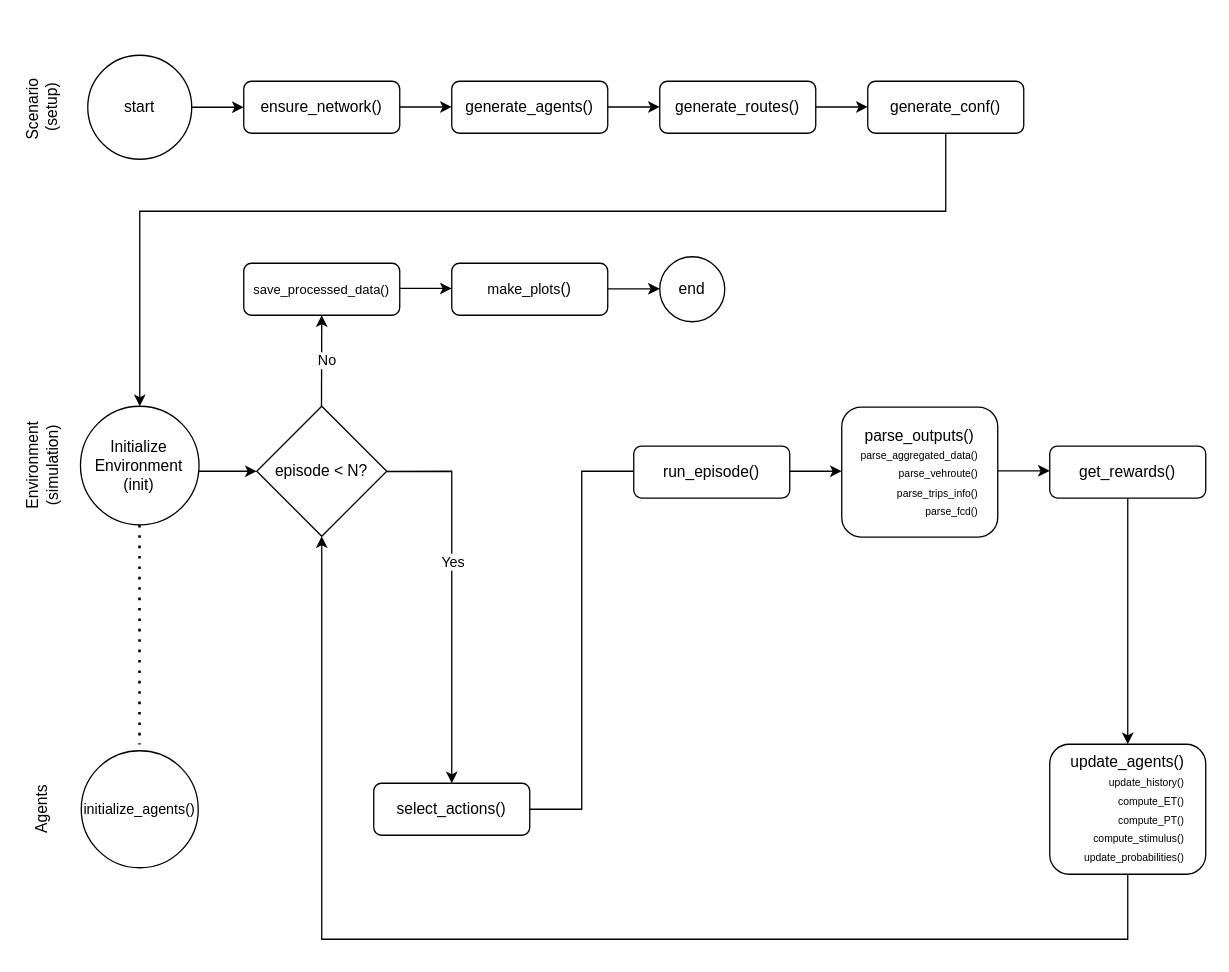
MiguelDonado/TFM_TraSIrr keeps this draw.io diagram as Thesis.drawio. Above is the earlier version. Source tidied: cells renumbered, new cells numbered last; positions are measured from the earlier drawing's top-left corner, leaving out a move shared by most shapes. Both pictures are drawn from the tidied source at 130%, with x=0, y=0 at pixel (-43, 55).
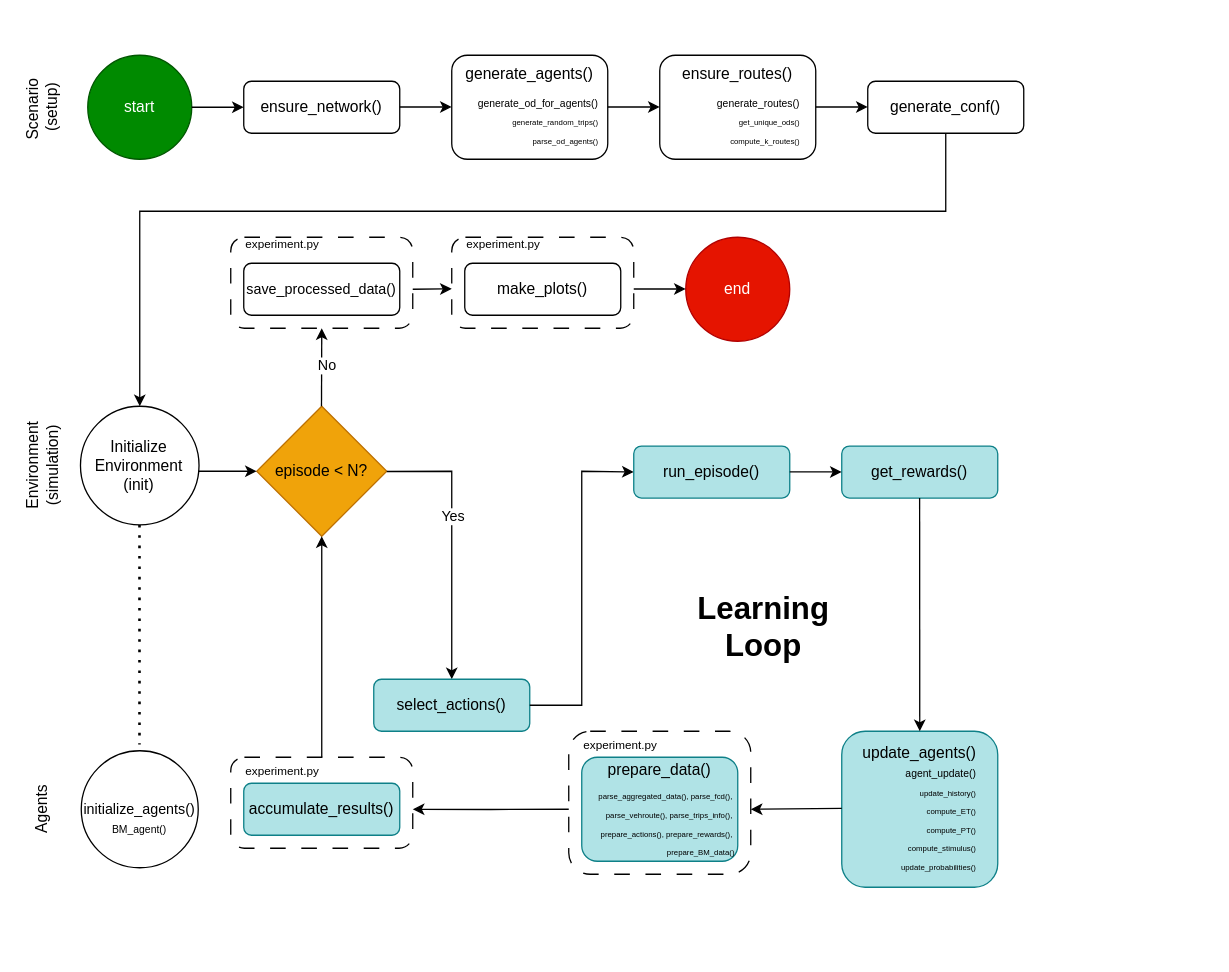
Above is the later version.

Diff of the diagram source:
```diff
@@
+    <mxCell id="42" style="rounded=1;whiteSpace=wrap;html=1;dashed=1;dashPattern=12 12;fontColor=light-dark(#000000,#FF33FF);strokeColor=light-dark(#000000,#848484);" parent="1" vertex="1">
+      <mxGeometry x="380" y="140" width="140" height="70" as="geometry" />
+    </mxCell>
+    <mxCell id="43" style="rounded=1;whiteSpace=wrap;html=1;dashed=1;dashPattern=12 12;fontColor=light-dark(#000000,#FF33FF);strokeColor=light-dark(#000000,#848484);" parent="1" vertex="1">
+      <mxGeometry x="210" y="140" width="140" height="70" as="geometry" />
+    </mxCell>
+    <mxCell id="44" style="rounded=1;whiteSpace=wrap;html=1;dashed=1;dashPattern=12 12;fontColor=light-dark(#000000,#FF33FF);strokeColor=light-dark(#000000,#848484);" parent="1" vertex="1">
+      <mxGeometry x="210" y="540" width="140" height="70" as="geometry" />
+    </mxCell>
+    <mxCell id="45" style="rounded=1;whiteSpace=wrap;html=1;dashed=1;dashPattern=12 12;fontColor=light-dark(#000000,#FF33FF);strokeColor=light-dark(#000000,#848484);" parent="1" vertex="1">
+      <mxGeometry x="470" y="520" width="140" height="110" as="geometry" />
+    </mxCell>
@@
     <mxCell id="3" style="rounded=1;whiteSpace=wrap;html=1;" parent="1" vertex="1">
-      <mxGeometry x="540" y="20" width="120" height="40" as="geometry" />
+      <mxGeometry x="540" width="120" height="80" as="geometry" />
     </mxCell>
     <mxCell id="4" style="rounded=1;whiteSpace=wrap;html=1;" parent="1" vertex="1">
-      <mxGeometry x="380" y="20" width="120" height="40" as="geometry" />
+      <mxGeometry x="380" width="120" height="80" as="geometry" />
     </mxCell>
-    <mxCell id="5" value="start" style="ellipse;whiteSpace=wrap;html=1;" parent="1" vertex="1">
+    <mxCell id="5" value="start" style="ellipse;whiteSpace=wrap;html=1;fillColor=#008a00;fontColor=#ffffff;strokeColor=#005700;" parent="1" vertex="1">
       <mxGeometry x="100" width="80" height="80" as="geometry" />
     </mxCell>
@@
     <mxCell id="9" value="generate_agents()" style="text;html=1;whiteSpace=wrap;strokeColor=none;fillColor=none;align=center;verticalAlign=middle;rounded=0;" parent="1" vertex="1">
-      <mxGeometry x="385" y="25" width="110" height="30" as="geometry" />
+      <mxGeometry x="385" width="110" height="30" as="geometry" />
     </mxCell>
@@
-    <mxCell id="11" value="generate_routes()" style="text;html=1;whiteSpace=wrap;strokeColor=none;fillColor=none;align=center;verticalAlign=middle;rounded=0;" parent="1" vertex="1">
-      <mxGeometry x="545" y="25" width="110" height="30" as="geometry" />
+    <mxCell id="11" value="ensure_routes()" style="text;html=1;whiteSpace=wrap;strokeColor=none;fillColor=none;align=center;verticalAlign=middle;rounded=0;" parent="1" vertex="1">
+      <mxGeometry x="545" width="110" height="30" as="geometry" />
     </mxCell>
@@
-    <mxCell id="16" value="episode &amp;lt; N?" style="rhombus;whiteSpace=wrap;html=1;" parent="1" vertex="1">
+    <mxCell id="16" value="episode &amp;lt; N?" style="rhombus;whiteSpace=wrap;html=1;fillColor=#f0a30a;fontColor=#000000;strokeColor=#BD7000;" parent="1" vertex="1">
       <mxGeometry x="230" y="270" width="100" height="100" as="geometry" />
     </mxCell>
-    <mxCell id="17" style="endArrow=classic;html=1;rounded=0;entryX=0.5;entryY=0;entryDx=0;entryDy=0;" parent="1" edge="1" target="32">
+    <mxCell id="17" style="endArrow=classic;html=1;rounded=0;strokeColor=light-dark(#000000,#33FFFF);" parent="1" edge="1">
       <mxGeometry relative="1" as="geometry">
         <mxPoint x="330" y="320.2" as="sourcePoint" />
+        <mxPoint x="380" y="480" as="targetPoint" />
         <Array as="points">
           <mxPoint x="380" y="320" />
         </Array>
       </mxGeometry>
     </mxCell>
@@
     <mxCell id="19" style="endArrow=classic;html=1;rounded=0;" parent="1" edge="1">
       <mxGeometry relative="1" as="geometry">
         <mxPoint x="279.8" y="270" as="sourcePoint" />
-        <mxPoint x="280" y="200" as="targetPoint" />
+        <mxPoint x="280" y="210" as="targetPoint" />
       </mxGeometry>
     </mxCell>
@@
-    <mxCell id="21" value="end" style="ellipse;whiteSpace=wrap;html=1;" parent="1" vertex="1">
-      <mxGeometry x="540" y="155" width="50" height="50" as="geometry" />
-    </mxCell>
@@
-    <mxCell id="23" value="&lt;div&gt;update_agents()&lt;/div&gt;&lt;div align=&quot;right&quot;&gt;&lt;font style=&quot;font-size: 8px;&quot;&gt;update_history()&lt;/font&gt;&lt;/div&gt;&lt;div align=&quot;right&quot;&gt;&lt;font style=&quot;font-size: 8px;&quot;&gt;compute_ET()&lt;/font&gt;&lt;/div&gt;&lt;div align=&quot;right&quot;&gt;&lt;font style=&quot;font-size: 8px;&quot;&gt;compute_PT()&lt;/font&gt;&lt;/div&gt;&lt;div align=&quot;right&quot;&gt;&lt;font style=&quot;font-size: 8px;&quot;&gt;compute_stimulus()&lt;/font&gt;&lt;/div&gt;&lt;div align=&quot;right&quot;&gt;&lt;font style=&quot;font-size: 8px;&quot;&gt;update_probabilities()&lt;/font&gt;&lt;/div&gt;" style="rounded=1;whiteSpace=wrap;html=1;" parent="1" vertex="1">
-      <mxGeometry x="840" y="530" width="120" height="100" as="geometry" />
+    <mxCell id="23" value="&lt;div&gt;update_agents()&lt;/div&gt;&lt;div style=&quot;text-align: right;&quot;&gt;&lt;font style=&quot;font-size: 8px;&quot;&gt;agent_update()&lt;/font&gt;&lt;/div&gt;&lt;div style=&quot;text-align: right;&quot;&gt;&lt;font style=&quot;font-size: 6px;&quot;&gt;update_history()&lt;/font&gt;&lt;/div&gt;&lt;div align=&quot;right&quot;&gt;&lt;font style=&quot;font-size: 6px;&quot;&gt;compute_ET()&lt;/font&gt;&lt;/div&gt;&lt;div align=&quot;right&quot;&gt;&lt;font style=&quot;font-size: 6px;&quot;&gt;compute_PT()&lt;/font&gt;&lt;/div&gt;&lt;div align=&quot;right&quot;&gt;&lt;font style=&quot;font-size: 6px;&quot;&gt;compute_stimulus()&lt;/font&gt;&lt;/div&gt;&lt;div align=&quot;right&quot;&gt;&lt;font style=&quot;font-size: 6px;&quot;&gt;update_probabilities()&lt;/font&gt;&lt;/div&gt;" style="rounded=1;whiteSpace=wrap;html=1;arcSize=15;fillColor=#b0e3e6;strokeColor=#0e8088;" parent="1" vertex="1">
+      <mxGeometry x="680" y="520" width="120" height="120" as="geometry" />
     </mxCell>
-    <mxCell id="24" style="endArrow=classic;html=1;rounded=0;entryX=0.5;entryY=0;entryDx=0;entryDy=0;exitX=0.5;exitY=1;exitDx=0;exitDy=0;" parent="1" edge="1" source="36" target="23">
-      <mxGeometry relative="1" as="geometry" />
-    </mxCell>
-    <mxCell id="25" style="endArrow=classic;html=1;rounded=0;exitX=0.5;exitY=1;exitDx=0;exitDy=0;entryX=0.5;entryY=1;entryDx=0;entryDy=0;" parent="1" edge="1" source="23" target="16">
-      <mxGeometry relative="1" as="geometry">
-        <Array as="points">
-          <mxPoint x="900" y="680" />
-          <mxPoint x="280" y="680" />
-        </Array>
-      </mxGeometry>
-    </mxCell>
@@
-    <mxCell id="32" value="select_actions()" style="rounded=1;whiteSpace=wrap;html=1;" parent="1" vertex="1">
-      <mxGeometry x="320" y="560" width="120" height="40" as="geometry" />
+    <mxCell id="32" value="select_actions()" style="rounded=1;whiteSpace=wrap;html=1;fillColor=#b0e3e6;strokeColor=#0e8088;" parent="1" vertex="1">
+      <mxGeometry x="320" y="480" width="120" height="40" as="geometry" />
     </mxCell>
-    <mxCell id="33" style="endArrow=classic;html=1;rounded=0;" parent="1" edge="1" source="32">
+    <mxCell id="33" style="endArrow=classic;html=1;rounded=0;entryX=0;entryY=0.5;entryDx=0;entryDy=0;strokeColor=light-dark(#000000,#33FFFF);exitX=1;exitY=0.5;exitDx=0;exitDy=0;" parent="1" edge="1" source="32" target="34">
       <mxGeometry relative="1" as="geometry">
-        <mxPoint x="680" y="320" as="targetPoint" />
         <Array as="points">
-          <mxPoint x="480" y="580" />
+          <mxPoint x="480" y="500" />
           <mxPoint x="480" y="320" />
         </Array>
       </mxGeometry>
     </mxCell>
-    <mxCell id="34" value="run_episode()" style="rounded=1;whiteSpace=wrap;html=1;" parent="1" vertex="1">
+    <mxCell id="34" value="run_episode()" style="rounded=1;whiteSpace=wrap;html=1;fillColor=#b0e3e6;strokeColor=#0e8088;" parent="1" vertex="1">
       <mxGeometry x="520" y="300.6" width="120" height="40" as="geometry" />
     </mxCell>
-    <mxCell id="35" style="endArrow=classic;html=1;rounded=0;entryX=0;entryY=0.451;entryDx=0;entryDy=0;exitX=1;exitY=0.5;exitDx=0;exitDy=0;entryPerimeter=0;" parent="1" edge="1">
-      <mxGeometry relative="1" as="geometry">
-        <mxPoint x="800" y="319.7" as="sourcePoint" />
-        <mxPoint x="840" y="319.7" as="targetPoint" />
-      </mxGeometry>
-    </mxCell>
-    <mxCell id="36" value="get_rewards()" style="rounded=1;whiteSpace=wrap;html=1;" parent="1" vertex="1">
-      <mxGeometry x="840" y="300.6" width="120" height="40" as="geometry" />
+    <mxCell id="36" value="get_rewards()" style="rounded=1;whiteSpace=wrap;html=1;fillColor=#b0e3e6;strokeColor=#0e8088;" parent="1" vertex="1">
+      <mxGeometry x="680" y="300.6" width="120" height="40" as="geometry" />
     </mxCell>
-    <mxCell id="37" value="&lt;div&gt;parse_outputs()&lt;/div&gt;&lt;div align=&quot;right&quot;&gt;&lt;font style=&quot;font-size: 8px;&quot;&gt;parse_aggregated_data()&lt;/font&gt;&lt;/div&gt;&lt;div align=&quot;right&quot;&gt;&lt;font style=&quot;font-size: 8px;&quot;&gt;parse_vehroute()&lt;/font&gt;&lt;/div&gt;&lt;div align=&quot;right&quot;&gt;&lt;font style=&quot;font-size: 8px;&quot;&gt;parse_trips_info()&lt;/font&gt;&lt;/div&gt;&lt;div align=&quot;right&quot;&gt;&lt;font style=&quot;font-size: 8px;&quot;&gt;parse_fcd()&lt;/font&gt;&lt;/div&gt;" style="rounded=1;whiteSpace=wrap;html=1;" parent="1" vertex="1">
-      <mxGeometry x="680" y="270.6" width="120" height="100" as="geometry" />
-    </mxCell>
-    <mxCell id="38" value="&lt;font style=&quot;font-size: 10px;&quot;&gt;&lt;font style=&quot;&quot;&gt;save_processed_data&lt;/font&gt;()&lt;/font&gt;" style="rounded=1;whiteSpace=wrap;html=1;" parent="1" vertex="1">
+    <mxCell id="38" value="&lt;font style=&quot;font-size: 11px;&quot;&gt;&lt;font style=&quot;&quot;&gt;save_processed_data&lt;/font&gt;()&lt;/font&gt;" style="rounded=1;whiteSpace=wrap;html=1;" parent="1" vertex="1">
       <mxGeometry x="220" y="160" width="120" height="40" as="geometry" />
     </mxCell>
-    <mxCell id="39" value="&lt;font style=&quot;font-size: 11px;&quot;&gt;make_plots&lt;/font&gt;()" style="rounded=1;whiteSpace=wrap;html=1;" parent="1" vertex="1">
-      <mxGeometry x="380" y="160" width="120" height="40" as="geometry" />
+    <mxCell id="39" value="&lt;font&gt;&lt;font style=&quot;&quot;&gt;make_plots&lt;/font&gt;()&lt;/font&gt;" style="rounded=1;whiteSpace=wrap;html=1;" parent="1" vertex="1">
+      <mxGeometry x="390" y="160" width="120" height="40" as="geometry" />
     </mxCell>
-    <mxCell id="40" style="endArrow=classic;html=1;rounded=0;entryX=0;entryY=0.451;entryDx=0;entryDy=0;exitX=1;exitY=0.5;exitDx=0;exitDy=0;entryPerimeter=0;" parent="1" edge="1">
-      <mxGeometry relative="1" as="geometry">
-        <mxPoint x="340" y="179.4" as="sourcePoint" />
-        <mxPoint x="380" y="179.4" as="targetPoint" />
-      </mxGeometry>
-    </mxCell>
-    <mxCell id="41" style="endArrow=classic;html=1;rounded=0;entryX=0;entryY=0.451;entryDx=0;entryDy=0;exitX=1;exitY=0.5;exitDx=0;exitDy=0;entryPerimeter=0;" parent="1" edge="1">
-      <mxGeometry relative="1" as="geometry">
-        <mxPoint x="500" y="179.7" as="sourcePoint" />
-        <mxPoint x="540" y="179.7" as="targetPoint" />
-      </mxGeometry>
-    </mxCell>
+    <mxCell id="46" value="&lt;font style=&quot;font-size: 8px;&quot;&gt;generate_od_for_agents()&lt;/font&gt;&lt;div&gt;&lt;font style=&quot;font-size: 6px;&quot;&gt;generate_random_trips()&lt;/font&gt;&lt;/div&gt;&lt;div&gt;&lt;font style=&quot;font-size: 6px;&quot;&gt;parse_od_agents()&lt;/font&gt;&lt;/div&gt;" style="text;html=1;whiteSpace=wrap;strokeColor=none;fillColor=none;align=right;verticalAlign=middle;rounded=0;" parent="1" vertex="1">
+      <mxGeometry x="395" y="25" width="100" height="50" as="geometry" />
+    </mxCell>
+    <mxCell id="47" value="&lt;font style=&quot;font-size: 8px;&quot;&gt;generate_routes()&lt;/font&gt;&lt;div&gt;&lt;font style=&quot;font-size: 6px;&quot;&gt;get_unique_ods()&lt;/font&gt;&lt;/div&gt;&lt;div&gt;&lt;font style=&quot;font-size: 6px;&quot;&gt;compute_k_routes()&lt;/font&gt;&lt;/div&gt;" style="text;html=1;whiteSpace=wrap;strokeColor=none;fillColor=none;align=right;verticalAlign=middle;rounded=0;" parent="1" vertex="1">
+      <mxGeometry x="550" y="25" width="100" height="50" as="geometry" />
+    </mxCell>
+    <mxCell id="48" value="&lt;font style=&quot;font-size: 8px;&quot;&gt;BM_agent()&lt;/font&gt;" style="text;html=1;whiteSpace=wrap;strokeColor=none;fillColor=none;align=center;verticalAlign=middle;rounded=0;" parent="1" vertex="1">
+      <mxGeometry x="110" y="580" width="60" height="30" as="geometry" />
+    </mxCell>
+    <mxCell id="49" style="endArrow=classic;html=1;rounded=0;entryX=0;entryY=0.451;entryDx=0;entryDy=0;exitX=1;exitY=0.5;exitDx=0;exitDy=0;entryPerimeter=0;strokeColor=light-dark(#000000,#33FFFF);" parent="1" edge="1">
+      <mxGeometry relative="1" as="geometry">
+        <mxPoint x="640" y="320.5" as="sourcePoint" />
+        <mxPoint x="680" y="320.5" as="targetPoint" />
+      </mxGeometry>
+    </mxCell>
+    <mxCell id="50" style="endArrow=classic;html=1;rounded=0;exitX=1;exitY=0.5;exitDx=0;exitDy=0;entryX=0.5;entryY=0;entryDx=0;entryDy=0;strokeColor=light-dark(#000000,#33FFFF);" parent="1" edge="1" target="23">
+      <mxGeometry relative="1" as="geometry">
+        <mxPoint x="739.9" y="340.6" as="sourcePoint" />
+      </mxGeometry>
+    </mxCell>
+    <mxCell id="51" value="&lt;div style=&quot;text-align: left;&quot;&gt;&lt;br&gt;&lt;/div&gt;" style="rounded=1;whiteSpace=wrap;html=1;align=right;fillColor=#b0e3e6;strokeColor=#0e8088;" parent="1" vertex="1">
+      <mxGeometry x="480" y="540" width="120" height="80" as="geometry" />
+    </mxCell>
+    <mxCell id="52" value="accumulate_results()" style="rounded=1;whiteSpace=wrap;html=1;fillColor=#b0e3e6;strokeColor=#0e8088;" parent="1" vertex="1">
+      <mxGeometry x="220" y="560" width="120" height="40" as="geometry" />
+    </mxCell>
+    <mxCell id="53" value="&lt;div style=&quot;&quot;&gt;&lt;span style=&quot;background-color: transparent; color: light-dark(rgb(0, 0, 0), rgb(255, 255, 255));&quot;&gt;&lt;font style=&quot;font-size: 6px;&quot;&gt;parse_aggregated_data(),&amp;nbsp;&lt;/font&gt;&lt;/span&gt;&lt;span style=&quot;font-size: 6px; background-color: transparent; color: light-dark(rgb(0, 0, 0), rgb(255, 255, 255));&quot;&gt;parse_fcd(),&amp;nbsp;&lt;/span&gt;&lt;/div&gt;&lt;div style=&quot;&quot;&gt;&lt;span style=&quot;background-color: transparent; color: light-dark(rgb(0, 0, 0), rgb(255, 255, 255)); font-size: 6px;&quot;&gt;parse_vehroute(),&amp;nbsp;&lt;/span&gt;&lt;span style=&quot;background-color: transparent; color: light-dark(rgb(0, 0, 0), rgb(255, 255, 255)); font-size: 6px;&quot;&gt;parse_trips_info(),&lt;/span&gt;&lt;span style=&quot;background-color: transparent; color: light-dark(rgb(0, 0, 0), rgb(255, 255, 255)); font-size: 6px;&quot;&gt;&amp;nbsp;&lt;/span&gt;&lt;/div&gt;&lt;div style=&quot;&quot;&gt;&lt;span style=&quot;font-size: 6px; background-color: transparent; color: light-dark(rgb(0, 0, 0), rgb(255, 255, 255));&quot;&gt;prepare_actions(),&amp;nbsp;&lt;/span&gt;&lt;span style=&quot;background-color: transparent; color: light-dark(rgb(0, 0, 0), rgb(255, 255, 255)); font-size: 6px;&quot;&gt;prepare_rewards(),&amp;nbsp;&lt;/span&gt;&lt;/div&gt;&lt;div style=&quot;&quot;&gt;&lt;span style=&quot;background-color: transparent; color: light-dark(rgb(0, 0, 0), rgb(255, 255, 255)); font-size: 6px;&quot;&gt;prepare_BM_data()&lt;/span&gt;&lt;/div&gt;" style="text;html=1;whiteSpace=wrap;strokeColor=none;fillColor=none;align=right;verticalAlign=middle;rounded=0;" parent="1" vertex="1">
+      <mxGeometry x="480" y="530" width="120" height="120" as="geometry" />
+    </mxCell>
+    <mxCell id="54" value="&lt;span style=&quot;text-align: left;&quot;&gt;prepare_data()&lt;/span&gt;" style="text;html=1;whiteSpace=wrap;strokeColor=none;fillColor=none;align=center;verticalAlign=middle;rounded=0;" parent="1" vertex="1">
+      <mxGeometry x="510" y="535" width="60" height="30" as="geometry" />
+    </mxCell>
+    <mxCell id="21" value="end" style="ellipse;whiteSpace=wrap;html=1;fillColor=#e51400;fontColor=#ffffff;strokeColor=#B20000;" parent="1" vertex="1">
+      <mxGeometry x="560" y="140" width="80" height="80" as="geometry" />
+    </mxCell>
+    <mxCell id="55" style="endArrow=classic;html=1;rounded=0;strokeColor=light-dark(#000000,#33FFFF);" parent="1" edge="1">
+      <mxGeometry relative="1" as="geometry">
+        <mxPoint x="470" y="580" as="sourcePoint" />
+        <mxPoint x="350" y="580" as="targetPoint" />
+        <Array as="points">
+          <mxPoint x="410" y="580.2" />
+        </Array>
+      </mxGeometry>
+    </mxCell>
+    <mxCell id="56" style="endArrow=classic;html=1;rounded=0;entryX=0.5;entryY=1;entryDx=0;entryDy=0;strokeColor=light-dark(#000000,#33FFFF);" parent="1" edge="1" target="16">
+      <mxGeometry relative="1" as="geometry">
+        <mxPoint x="280" y="540" as="sourcePoint" />
+      </mxGeometry>
+    </mxCell>
+    <mxCell id="57" style="endArrow=classic;html=1;rounded=0;entryX=0;entryY=0.451;entryDx=0;entryDy=0;entryPerimeter=0;" parent="1" edge="1">
+      <mxGeometry relative="1" as="geometry">
+        <mxPoint x="350" y="180" as="sourcePoint" />
+        <mxPoint x="380" y="179.7" as="targetPoint" />
+      </mxGeometry>
+    </mxCell>
+    <mxCell id="58" style="endArrow=classic;html=1;rounded=0;entryX=0;entryY=0.451;entryDx=0;entryDy=0;exitX=1;exitY=0.5;exitDx=0;exitDy=0;entryPerimeter=0;" parent="1" edge="1">
+      <mxGeometry relative="1" as="geometry">
+        <mxPoint x="520" y="179.8" as="sourcePoint" />
+        <mxPoint x="560" y="179.8" as="targetPoint" />
+      </mxGeometry>
+    </mxCell>
+    <mxCell id="59" style="endArrow=classic;html=1;rounded=0;exitX=1;exitY=0.5;exitDx=0;exitDy=0;strokeColor=light-dark(#000000,#33FFFF);" parent="1" edge="1">
+      <mxGeometry relative="1" as="geometry">
+        <mxPoint x="680" y="579.4" as="sourcePoint" />
+        <mxPoint x="610" y="580" as="targetPoint" />
+      </mxGeometry>
+    </mxCell>
+    <mxCell id="60" value="&lt;h1&gt;&lt;font&gt;&lt;b&gt;Learning&lt;br&gt;&lt;/b&gt;&lt;b&gt;Loop&lt;/b&gt;&lt;/font&gt;&lt;/h1&gt;" style="text;html=1;whiteSpace=wrap;strokeColor=none;fillColor=none;align=center;verticalAlign=middle;rounded=0;fontColor=light-dark(#000000,#00CCCC);" parent="1" vertex="1">
+      <mxGeometry x="560" y="400" width="120" height="80" as="geometry" />
+    </mxCell>
+    <mxCell id="61" value="&lt;font style=&quot;color: light-dark(rgb(0, 0, 0), rgb(132, 132, 132)); font-size: 9px;&quot;&gt;experiment.py&lt;/font&gt;" style="text;html=1;whiteSpace=wrap;strokeColor=none;fillColor=none;align=center;verticalAlign=middle;rounded=0;" parent="1" vertex="1">
+      <mxGeometry x="480" y="525" width="60" height="10" as="geometry" />
+    </mxCell>
+    <mxCell id="62" value="&lt;font style=&quot;color: light-dark(rgb(0, 0, 0), rgb(132, 132, 132)); font-size: 9px;&quot;&gt;experiment.py&lt;/font&gt;" style="text;html=1;whiteSpace=wrap;strokeColor=none;fillColor=none;align=center;verticalAlign=middle;rounded=0;" parent="1" vertex="1">
+      <mxGeometry x="220" y="545" width="60" height="10" as="geometry" />
+    </mxCell>
+    <mxCell id="63" value="&lt;font style=&quot;color: light-dark(rgb(0, 0, 0), rgb(132, 132, 132)); font-size: 9px;&quot;&gt;experiment.py&lt;/font&gt;" style="text;html=1;whiteSpace=wrap;strokeColor=none;fillColor=none;align=center;verticalAlign=middle;rounded=0;" parent="1" vertex="1">
+      <mxGeometry x="220" y="140" width="60" height="10" as="geometry" />
+    </mxCell>
+    <mxCell id="64" value="&lt;font style=&quot;color: light-dark(rgb(0, 0, 0), rgb(132, 132, 132)); font-size: 9px;&quot;&gt;experiment.py&lt;/font&gt;" style="text;html=1;whiteSpace=wrap;strokeColor=none;fillColor=none;align=center;verticalAlign=middle;rounded=0;" parent="1" vertex="1">
+      <mxGeometry x="390" y="140" width="60" height="10" as="geometry" />
+    </mxCell>
```
